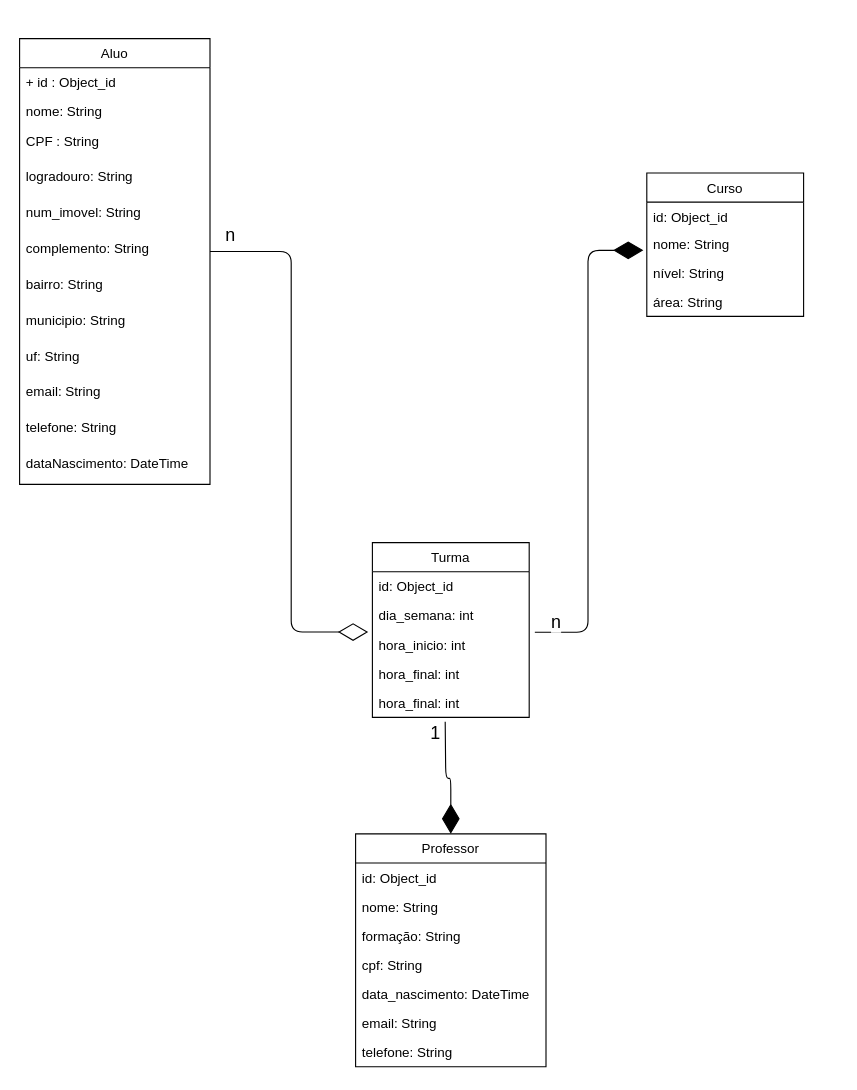
Earlier version of the draw.io diagram page "Page-2" (2 of 2) of docs/modelagem-db.drawio (viniciu-pereira/bn-not-2023-2). Source tidied: cells renumbered, new cells numbered last; positions are measured from the earlier drawing's top-left corner, leaving out a move shared by most shapes. Both pictures are drawn from the tidied source at 112%, with x=0, y=0 at pixel (19, 38).
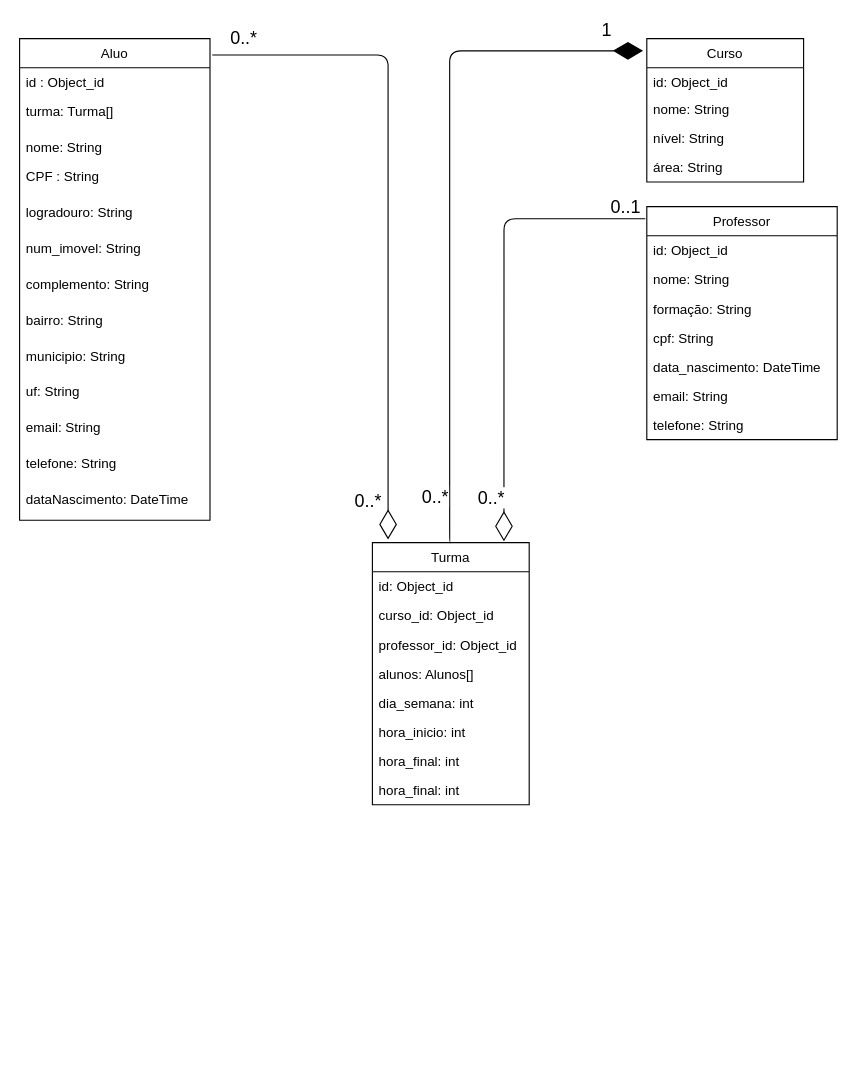
The same page after the edit.

Unchanged cells that the change refers to:
```xml
<mxCell id="17" value="nome: String" style="text;strokeColor=none;fillColor=none;align=left;verticalAlign=top;spacingLeft=4;spacingRight=4;overflow=hidden;points=[[0,0.5],[1,0.5]];portConstraint=eastwest;" parent="15" vertex="1">
  <mxGeometry y="50" width="140" height="26" as="geometry" />
</mxCell>
```

Change to the diagram source:
```diff
@@
     <mxCell id="2" value="Aluo" style="swimlane;fontStyle=0;horizontal=1;startSize=26;fillColor=none;" parent="1" vertex="1">
-      <mxGeometry width="170" height="398" as="geometry" />
+      <mxGeometry width="170" height="430" as="geometry" />
     </mxCell>
-    <mxCell id="3" value="+ id : Object_id" style="text;strokeColor=none;fillColor=none;align=left;verticalAlign=top;spacingLeft=4;spacingRight=4;overflow=hidden;" parent="2" vertex="1">
+    <mxCell id="3" value="id : Object_id" style="text;strokeColor=none;fillColor=none;align=left;verticalAlign=top;spacingLeft=4;spacingRight=4;overflow=hidden;" parent="2" vertex="1">
       <mxGeometry y="26" width="170" height="26" as="geometry" />
     </mxCell>
+    <mxCell id="40" value="turma: Turma[]" style="text;strokeColor=none;fillColor=none;align=left;verticalAlign=top;spacingLeft=4;spacingRight=4;overflow=hidden;" parent="2" vertex="1">
+      <mxGeometry y="52" width="170" height="32" as="geometry" />
+    </mxCell>
     <mxCell id="4" value="nome: String" style="text;strokeColor=none;fillColor=none;align=left;verticalAlign=top;spacingLeft=4;spacingRight=4;overflow=hidden;" parent="2" vertex="1">
-      <mxGeometry y="52" width="170" height="26" as="geometry" />
+      <mxGeometry y="84" width="170" height="26" as="geometry" />
     </mxCell>
     <mxCell id="5" value="CPF : String" style="text;strokeColor=none;fillColor=none;align=left;verticalAlign=top;spacingLeft=4;spacingRight=4;overflow=hidden;" parent="2" vertex="1">
-      <mxGeometry y="78" width="170" height="32" as="geometry" />
+      <mxGeometry y="110" width="170" height="32" as="geometry" />
     </mxCell>
     <mxCell id="6" value="logradouro: String" style="text;strokeColor=none;fillColor=none;align=left;verticalAlign=top;spacingLeft=4;spacingRight=4;overflow=hidden;" parent="2" vertex="1">
-      <mxGeometry y="110" width="170" height="32" as="geometry" />
+      <mxGeometry y="142" width="170" height="32" as="geometry" />
     </mxCell>
     <mxCell id="7" value="num_imovel: String" style="text;strokeColor=none;fillColor=none;align=left;verticalAlign=top;spacingLeft=4;spacingRight=4;overflow=hidden;" parent="2" vertex="1">
-      <mxGeometry y="142" width="170" height="32" as="geometry" />
+      <mxGeometry y="174" width="170" height="32" as="geometry" />
     </mxCell>
     <mxCell id="8" value="complemento: String" style="text;strokeColor=none;fillColor=none;align=left;verticalAlign=top;spacingLeft=4;spacingRight=4;overflow=hidden;points=[[0,0.5],[1,0.5]];portConstraint=eastwest;" parent="2" vertex="1">
-      <mxGeometry y="174" width="170" height="32" as="geometry" />
+      <mxGeometry y="206" width="170" height="32" as="geometry" />
     </mxCell>
     <mxCell id="9" value="bairro: String" style="text;strokeColor=none;fillColor=none;align=left;verticalAlign=top;spacingLeft=4;spacingRight=4;overflow=hidden;" parent="2" vertex="1">
-      <mxGeometry y="206" width="170" height="32" as="geometry" />
+      <mxGeometry y="238" width="170" height="32" as="geometry" />
     </mxCell>
     <mxCell id="10" value="municipio: String" style="text;strokeColor=none;fillColor=none;align=left;verticalAlign=top;spacingLeft=4;spacingRight=4;overflow=hidden;" parent="2" vertex="1">
-      <mxGeometry y="238" width="170" height="32" as="geometry" />
+      <mxGeometry y="270" width="170" height="32" as="geometry" />
     </mxCell>
     <mxCell id="11" value="uf: String" style="text;strokeColor=none;fillColor=none;align=left;verticalAlign=top;spacingLeft=4;spacingRight=4;overflow=hidden;" parent="2" vertex="1">
-      <mxGeometry y="270" width="170" height="32" as="geometry" />
+      <mxGeometry y="302" width="170" height="32" as="geometry" />
     </mxCell>
     <mxCell id="12" value="email: String" style="text;strokeColor=none;fillColor=none;align=left;verticalAlign=top;spacingLeft=4;spacingRight=4;overflow=hidden;" parent="2" vertex="1">
-      <mxGeometry y="302" width="170" height="32" as="geometry" />
+      <mxGeometry y="334" width="170" height="32" as="geometry" />
     </mxCell>
     <mxCell id="13" value="telefone: String" style="text;strokeColor=none;fillColor=none;align=left;verticalAlign=top;spacingLeft=4;spacingRight=4;overflow=hidden;" parent="2" vertex="1">
-      <mxGeometry y="334" width="170" height="32" as="geometry" />
+      <mxGeometry y="366" width="170" height="32" as="geometry" />
     </mxCell>
     <mxCell id="14" value="dataNascimento: DateTime" style="text;strokeColor=none;fillColor=none;align=left;verticalAlign=top;spacingLeft=4;spacingRight=4;overflow=hidden;" parent="2" vertex="1">
-      <mxGeometry y="366" width="170" height="32" as="geometry" />
+      <mxGeometry y="398" width="170" height="32" as="geometry" />
     </mxCell>
     <mxCell id="15" value="Curso" style="swimlane;fontStyle=0;horizontal=1;startSize=26;fillColor=none;" parent="1" vertex="1">
-      <mxGeometry x="560" y="120" width="140" height="128" as="geometry" />
+      <mxGeometry x="560" width="140" height="128" as="geometry" />
     </mxCell>
@@
     <mxCell id="20" value="Turma" style="swimlane;fontStyle=0;horizontal=1;startSize=26;fillColor=none;" parent="1" vertex="1">
-      <mxGeometry x="315" y="450" width="140" height="156" as="geometry" />
+      <mxGeometry x="315" y="450" width="140" height="234" as="geometry" />
     </mxCell>
@@
+    <mxCell id="41" value="curso_id: Object_id" style="text;strokeColor=none;fillColor=none;align=left;verticalAlign=top;spacingLeft=4;spacingRight=4;overflow=hidden;" parent="20" vertex="1">
+      <mxGeometry y="52" width="140" height="26" as="geometry" />
+    </mxCell>
+    <mxCell id="42" value="professor_id: Object_id" style="text;strokeColor=none;fillColor=none;align=left;verticalAlign=top;spacingLeft=4;spacingRight=4;overflow=hidden;" parent="20" vertex="1">
+      <mxGeometry y="78" width="140" height="26" as="geometry" />
+    </mxCell>
+    <mxCell id="43" value="alunos: Alunos[]" style="text;strokeColor=none;fillColor=none;align=left;verticalAlign=top;spacingLeft=4;spacingRight=4;overflow=hidden;" parent="20" vertex="1">
+      <mxGeometry y="104" width="140" height="26" as="geometry" />
+    </mxCell>
     <mxCell id="22" value="dia_semana: int" style="text;strokeColor=none;fillColor=none;align=left;verticalAlign=top;spacingLeft=4;spacingRight=4;overflow=hidden;points=[[0,0.5],[1,0.5]];portConstraint=eastwest;" parent="20" vertex="1">
-      <mxGeometry y="52" width="140" height="26" as="geometry" />
+      <mxGeometry y="130" width="140" height="26" as="geometry" />
     </mxCell>
     <mxCell id="23" value="hora_inicio: int" style="text;strokeColor=none;fillColor=none;align=left;verticalAlign=top;spacingLeft=4;spacingRight=4;overflow=hidden;points=[[0,0.5],[1,0.5]];portConstraint=eastwest;" parent="20" vertex="1">
-      <mxGeometry y="78" width="140" height="26" as="geometry" />
+      <mxGeometry y="156" width="140" height="26" as="geometry" />
     </mxCell>
     <mxCell id="24" value="hora_final: int" style="text;strokeColor=none;fillColor=none;align=left;verticalAlign=top;spacingLeft=4;spacingRight=4;overflow=hidden;" parent="20" vertex="1">
-      <mxGeometry y="104" width="140" height="26" as="geometry" />
+      <mxGeometry y="182" width="140" height="26" as="geometry" />
     </mxCell>
     <mxCell id="25" value="hora_final: int" style="text;strokeColor=none;fillColor=none;align=left;verticalAlign=top;spacingLeft=4;spacingRight=4;overflow=hidden;" parent="20" vertex="1">
-      <mxGeometry y="130" width="140" height="26" as="geometry" />
+      <mxGeometry y="208" width="140" height="26" as="geometry" />
     </mxCell>
     <mxCell id="26" value="Professor" style="swimlane;fontStyle=0;horizontal=1;startSize=26;fillColor=none;" parent="1" vertex="1">
-      <mxGeometry x="300" y="710" width="170" height="208" as="geometry" />
+      <mxGeometry x="560" y="150" width="170" height="208" as="geometry" />
     </mxCell>
@@
-    <mxCell id="34" style="endArrow=diamondThin;endFill=1;endSize=24;html=1;strokeWidth=1;entryX=0.5;entryY=0;entryDx=0;entryDy=0;edgeStyle=orthogonalEdgeStyle;" parent="1" edge="1" target="26">
-      <mxGeometry relative="1" as="geometry">
-        <mxPoint x="380" y="610" as="sourcePoint" />
-      </mxGeometry>
-    </mxCell>
+    <mxCell id="36" style="endArrow=diamondThin;endFill=1;endSize=24;html=1;strokeWidth=1;entryX=-0.024;entryY=0.085;entryDx=0;entryDy=0;edgeStyle=orthogonalEdgeStyle;entryPerimeter=0;exitX=0.5;exitY=0;exitDx=0;exitDy=0;" parent="1" edge="1" source="20" target="15">
+      <mxGeometry relative="1" as="geometry">
+        <Array as="points">
+          <mxPoint x="384" y="450" />
+          <mxPoint x="384" y="11" />
+        </Array>
+      </mxGeometry>
+    </mxCell>
-    <mxCell id="35" value="&lt;font style=&quot;font-size: 16px;&quot;&gt;1&lt;/font&gt;" style="edgeLabel;html=1;align=center;verticalAlign=middle;" parent="34" vertex="1">
-      <mxGeometry x="-0.86" y="2" relative="1" as="geometry">
-        <mxPoint x="-12" y="3" as="offset" />
+    <mxCell id="35" value="1" style="edgeLabel;html=1;align=center;verticalAlign=middle;fontSize=16;" parent="36" vertex="1">
+      <mxGeometry x="0.82" relative="1" as="geometry">
+        <mxPoint x="22" y="-19" as="offset" />
       </mxGeometry>
     </mxCell>
-    <mxCell id="36" style="endArrow=diamondThin;endFill=1;endSize=24;html=1;strokeWidth=1;entryX=-0.022;entryY=0.731;entryDx=0;entryDy=0;edgeStyle=orthogonalEdgeStyle;entryPerimeter=0;exitX=1.036;exitY=0.077;exitDx=0;exitDy=0;exitPerimeter=0;" parent="1" edge="1" source="23" target="17">
-      <mxGeometry relative="1" as="geometry" />
-    </mxCell>
-    <mxCell id="37" value="&lt;font style=&quot;font-size: 16px;&quot;&gt;n&lt;/font&gt;" style="edgeLabel;html=1;align=center;verticalAlign=middle;" parent="36" vertex="1">
-      <mxGeometry x="-0.92" y="-3" relative="1" as="geometry">
-        <mxPoint y="-13" as="offset" />
-      </mxGeometry>
-    </mxCell>
+    <mxCell id="44" value="0..*" style="edgeLabel;html=1;align=center;verticalAlign=middle;fontSize=16;" parent="36" vertex="1">
+      <mxGeometry x="-0.92" y="-1" relative="1" as="geometry">
+        <mxPoint x="-15" y="-18" as="offset" />
+      </mxGeometry>
+    </mxCell>
-    <mxCell id="38" style="endArrow=diamondThin;endFill=0;endSize=24;html=1;strokeWidth=1;fontSize=16;entryX=-0.027;entryY=1.07;entryDx=0;entryDy=0;edgeStyle=orthogonalEdgeStyle;exitX=1;exitY=0.5;exitDx=0;exitDy=0;entryPerimeter=0;" parent="1" edge="1" source="8" target="22">
+    <mxCell id="38" style="endArrow=diamondThin;endFill=0;endSize=24;html=1;strokeWidth=1;fontSize=16;entryX=0.1;entryY=-0.012;entryDx=0;entryDy=0;edgeStyle=orthogonalEdgeStyle;exitX=1.012;exitY=0.034;exitDx=0;exitDy=0;entryPerimeter=0;exitPerimeter=0;" parent="1" edge="1" source="2" target="20">
       <mxGeometry relative="1" as="geometry" />
     </mxCell>
-    <mxCell id="39" value="n" style="edgeLabel;html=1;align=center;verticalAlign=middle;fontSize=16;" parent="38" vertex="1">
+    <mxCell id="39" value="0..*" style="edgeLabel;html=1;align=center;verticalAlign=middle;fontSize=16;" parent="38" vertex="1">
       <mxGeometry x="-0.93" y="1" relative="1" as="geometry">
-        <mxPoint y="-15" as="offset" />
+        <mxPoint x="6" y="-15" as="offset" />
       </mxGeometry>
     </mxCell>
+    <mxCell id="45" value="&lt;font style=&quot;font-size: 16px;&quot;&gt;0..*&lt;/font&gt;" style="edgeLabel;html=1;align=center;verticalAlign=middle;" parent="38" vertex="1">
+      <mxGeometry x="0.91" y="3" relative="1" as="geometry">
+        <mxPoint x="-22" y="-8" as="offset" />
+      </mxGeometry>
+    </mxCell>
+    <mxCell id="46" style="endArrow=diamondThin;endFill=0;endSize=24;html=1;fontSize=16;exitX=-0.008;exitY=0.052;exitDx=0;exitDy=0;exitPerimeter=0;entryX=0.839;entryY=-0.005;entryDx=0;entryDy=0;entryPerimeter=0;edgeStyle=orthogonalEdgeStyle;" parent="1" edge="1" source="26" target="20">
+      <mxGeometry relative="1" as="geometry">
+        <Array as="points">
+          <mxPoint x="432" y="161" />
+        </Array>
+      </mxGeometry>
+    </mxCell>
+    <mxCell id="47" value="0..1" style="edgeLabel;html=1;align=center;verticalAlign=middle;fontSize=16;" parent="46" vertex="1">
+      <mxGeometry x="-0.82" y="1" relative="1" as="geometry">
+        <mxPoint x="19" y="-12" as="offset" />
+      </mxGeometry>
+    </mxCell>
+    <mxCell id="48" value="0..*" style="edgeLabel;html=1;align=center;verticalAlign=middle;fontSize=16;" parent="46" vertex="1">
+      <mxGeometry x="0.76" y="2" relative="1" as="geometry">
+        <mxPoint x="-14" y="11" as="offset" />
+      </mxGeometry>
+    </mxCell>
```
